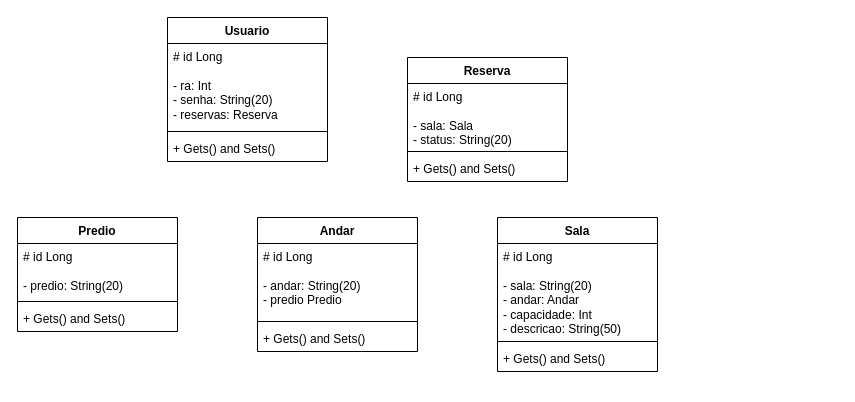
This is Diagrama de classes PI.drawio from gabrielruizmb/estacionamento-api, a draw.io file, before an edit. Source tidied: cells renumbered, new cells numbered last; positions are measured from the earlier drawing's top-left corner, leaving out a move shared by most shapes. Both pictures are drawn from the tidied source at 100%, with x=0, y=0 at pixel (17, 17).
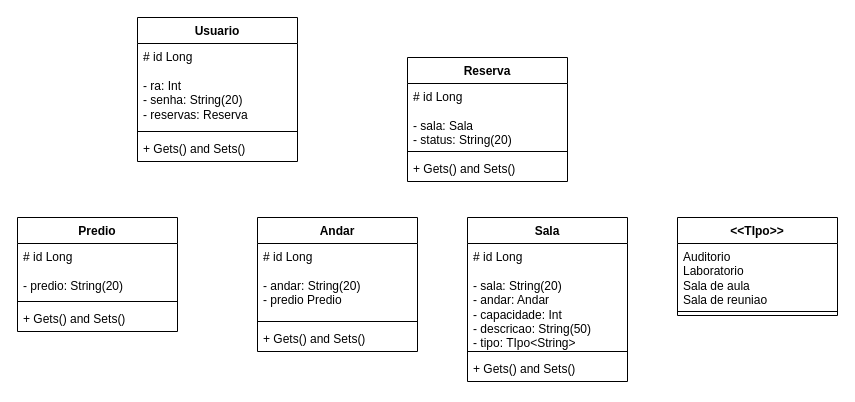
After the change.

Diff of the diagram source:
```diff
@@
     <mxCell id="10" value="Sala" style="swimlane;fontStyle=1;align=center;verticalAlign=top;horizontal=1;startSize=26;whiteSpace=wrap;html=1;" parent="1" vertex="1">
-      <mxGeometry x="480" y="200" width="160" height="154" as="geometry" />
+      <mxGeometry x="450" y="200" width="160" height="164" as="geometry" />
     </mxCell>
-    <mxCell id="11" value="&lt;div&gt;# id Long&lt;br&gt;&lt;/div&gt;&lt;div&gt;&lt;br&gt;&lt;/div&gt;&lt;div&gt;- sala: String(20)&lt;span style=&quot;white-space: pre;&quot;&gt;&lt;/span&gt;&lt;span style=&quot;white-space: pre;&quot;&gt;&lt;/span&gt;&lt;span style=&quot;white-space: pre;&quot;&gt;&lt;/span&gt;&lt;br&gt;&lt;/div&gt;&lt;div&gt;- andar: Andar&lt;/div&gt;&lt;div&gt;- capacidade: Int&lt;br&gt;&lt;/div&gt;&lt;div&gt;- descricao: String(50)&lt;br&gt;&lt;/div&gt;" style="text;strokeColor=none;fillColor=none;align=left;verticalAlign=top;spacingLeft=4;spacingRight=4;overflow=hidden;whiteSpace=wrap;html=1;" parent="10" vertex="1">
-      <mxGeometry y="26" width="160" height="94" as="geometry" />
+    <mxCell id="11" value="&lt;div&gt;# id Long&lt;br&gt;&lt;/div&gt;&lt;div&gt;&lt;br&gt;&lt;/div&gt;&lt;div&gt;- sala: String(20)&lt;span style=&quot;white-space: pre;&quot;&gt;&lt;/span&gt;&lt;span style=&quot;white-space: pre;&quot;&gt;&lt;/span&gt;&lt;span style=&quot;white-space: pre;&quot;&gt;&lt;/span&gt;&lt;br&gt;&lt;/div&gt;&lt;div&gt;- andar: Andar&lt;/div&gt;&lt;div&gt;- capacidade: Int&lt;br&gt;&lt;/div&gt;&lt;div&gt;- descricao: String(50)&lt;br&gt;&lt;/div&gt;&lt;div&gt;- tipo: TIpo&amp;lt;String&amp;gt;&lt;br&gt;&lt;/div&gt;" style="text;strokeColor=none;fillColor=none;align=left;verticalAlign=top;spacingLeft=4;spacingRight=4;overflow=hidden;whiteSpace=wrap;html=1;" parent="10" vertex="1">
+      <mxGeometry y="26" width="160" height="104" as="geometry" />
     </mxCell>
     <mxCell id="12" style="line;strokeWidth=1;fillColor=none;align=left;verticalAlign=middle;spacingTop=-1;spacingLeft=3;spacingRight=3;labelPosition=right;strokeColor=inherit;" parent="10" vertex="1">
-      <mxGeometry y="120" width="160" height="8" as="geometry" />
+      <mxGeometry y="130" width="160" height="8" as="geometry" />
     </mxCell>
     <mxCell id="13" value="+ Gets() and Sets()" style="text;strokeColor=none;fillColor=none;align=left;verticalAlign=top;spacingLeft=4;spacingRight=4;overflow=hidden;whiteSpace=wrap;html=1;" parent="10" vertex="1">
-      <mxGeometry y="128" width="160" height="26" as="geometry" />
+      <mxGeometry y="138" width="160" height="26" as="geometry" />
     </mxCell>
@@
     <mxCell id="18" value="Usuario" style="swimlane;fontStyle=1;align=center;verticalAlign=top;horizontal=1;startSize=26;whiteSpace=wrap;html=1;" parent="1" vertex="1">
-      <mxGeometry x="150" width="160" height="144" as="geometry" />
+      <mxGeometry x="120" width="160" height="144" as="geometry" />
     </mxCell>
@@
+    <mxCell id="22" value="&amp;lt;&amp;lt;TIpo&amp;gt;&amp;gt;" style="swimlane;fontStyle=1;align=center;verticalAlign=top;horizontal=1;startSize=26;whiteSpace=wrap;html=1;" parent="1" vertex="1">
+      <mxGeometry x="660" y="200" width="160" height="98" as="geometry" />
+    </mxCell>
+    <mxCell id="23" value="&lt;div&gt;Auditorio&lt;/div&gt;&lt;div&gt;Laboratorio&lt;/div&gt;&lt;div&gt;Sala de aula&lt;/div&gt;&lt;div&gt;Sala de reuniao&lt;br&gt;&lt;/div&gt;" style="text;strokeColor=none;fillColor=none;align=left;verticalAlign=top;spacingLeft=4;spacingRight=4;overflow=hidden;whiteSpace=wrap;html=1;" parent="22" vertex="1">
+      <mxGeometry y="26" width="160" height="64" as="geometry" />
+    </mxCell>
+    <mxCell id="24" style="line;strokeWidth=1;fillColor=none;align=left;verticalAlign=middle;spacingTop=-1;spacingLeft=3;spacingRight=3;labelPosition=right;strokeColor=inherit;" parent="22" vertex="1">
+      <mxGeometry y="90" width="160" height="8" as="geometry" />
+    </mxCell>
```
